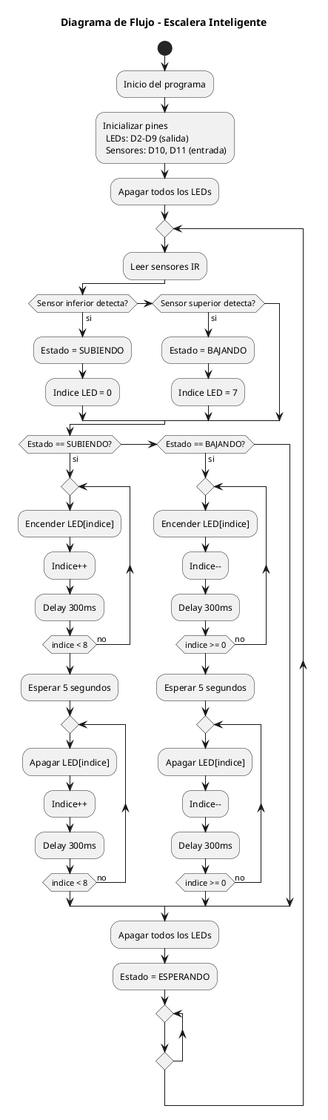
Before: docs/imagenes/diagrama-flujo.png, a diagram exported from PlantUML (Stirven0/Lus-Escaleras-Arduino).
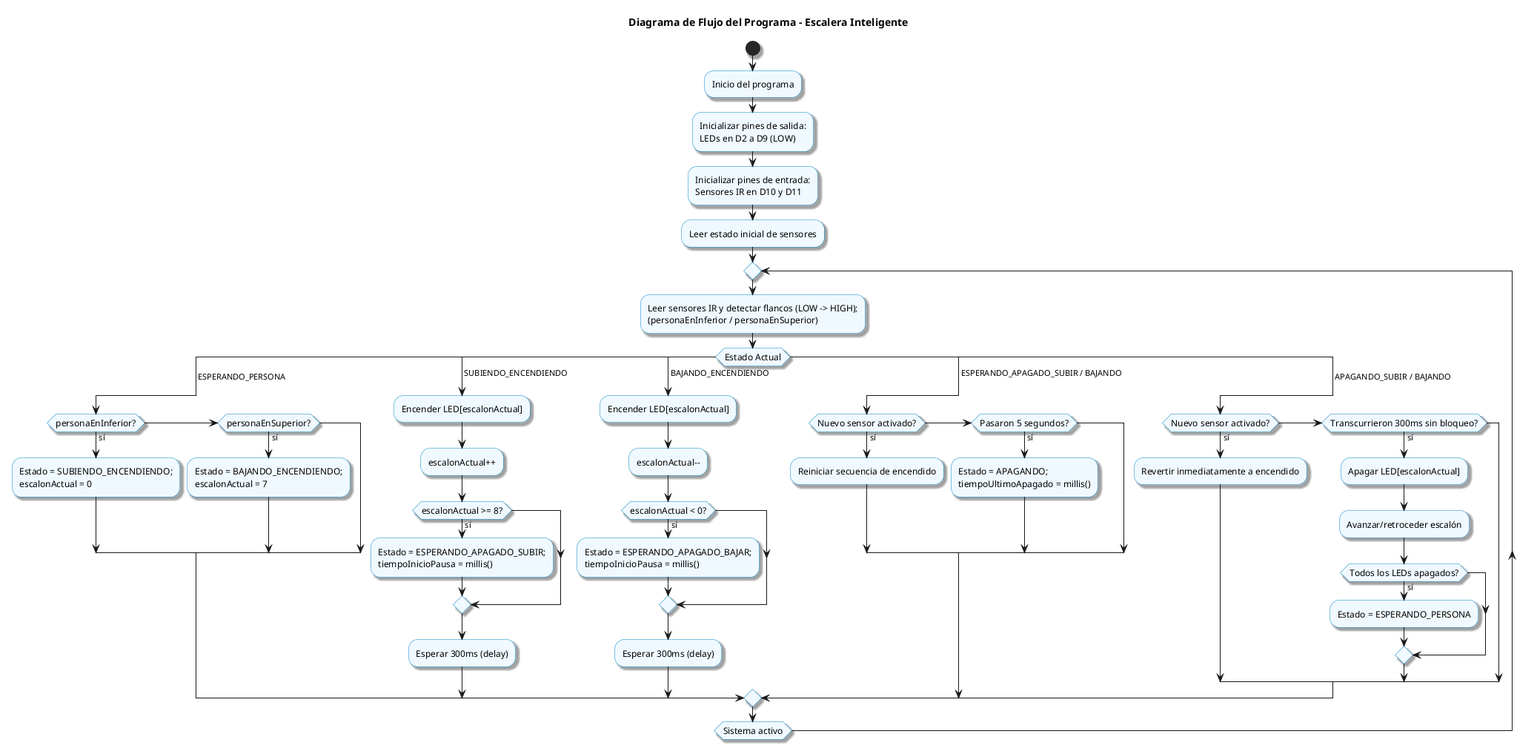
Later version of the same file.

The edit, as a diff of the source:
```diff
@@ -1,56 +1,70 @@
 @startuml diagrama-flujo
-title Diagrama de Flujo - Escalera Inteligente
+title Diagrama de Flujo del Programa - Escalera Inteligente
+
+skinparam shadowing true
+skinparam activity {
+  BackgroundColor #F0F9FF
+  BorderColor #0284C7
+  FontName Arial
+  FontSize 12
+}
 
 start
 
 :Inicio del programa;
 
-:Inicializar pines\n LEDs: D2-D9 (salida)\n Sensores: D10, D11 (entrada);
+:Inicializar pines de salida:\nLEDs en D2 a D9 (LOW);
 
-:Apagar todos los LEDs;
+:Inicializar pines de entrada:\nSensores IR en D10 y D11;
+
+:Leer estado inicial de sensores;
 
 repeat
+  :Leer sensores IR y detectar flancos (LOW -> HIGH);\n(personaEnInferior / personaEnSuperior);
 
-  :Leer sensores IR;
+  switch (Estado Actual)
+  case ( ESPERANDO_PERSONA )
+    if (personaEnInferior?) then (sí)
+      :Estado = SUBIENDO_ENCENDIENDO;\nescalonActual = 0;
+    elseif (personaEnSuperior?) then (sí)
+      :Estado = BAJANDO_ENCENDIENDO;\nescalonActual = 7;
+    endif
 
-  if (Sensor inferior detecta?) then (si)
-    :Estado = SUBIENDO;
-    :Indice LED = 0;
-  elseif (Sensor superior detecta?) then (si)
-    :Estado = BAJANDO;
-    :Indice LED = 7;
-  endif
+  case ( SUBIENDO_ENCENDIENDO )
+    :Encender LED[escalonActual];
+    :escalonActual++;
+    if (escalonActual >= 8?) then (sí)
+      :Estado = ESPERANDO_APAGADO_SUBIR;\ntiempoInicioPausa = millis();
+    endif
+    :Esperar 300ms (delay);
 
-  if (Estado == SUBIENDO?) then (si)
-    repeat
-      :Encender LED[indice];
-      :Indice++;
-      :Delay 300ms;
-    repeat while (indice < 8) is (no)
-    :Esperar 5 segundos;
-    repeat
-      :Apagar LED[indice];
-      :Indice++;
-      :Delay 300ms;
-    repeat while (indice < 8) is (no)
+  case ( BAJANDO_ENCENDIENDO )
+    :Encender LED[escalonActual];
+    :escalonActual--;
+    if (escalonActual < 0?) then (sí)
+      :Estado = ESPERANDO_APAGADO_BAJAR;\ntiempoInicioPausa = millis();
+    endif
+    :Esperar 300ms (delay);
 
-  elseif (Estado == BAJANDO?) then (si)
-    repeat
-      :Encender LED[indice];
-      :Indice--;
-      :Delay 300ms;
-    repeat while (indice >= 0) is (no)
-    :Esperar 5 segundos;
-    repeat
-      :Apagar LED[indice];
-      :Indice--;
-      :Delay 300ms;
-    repeat while (indice >= 0) is (no)
-  endif
+  case ( ESPERANDO_APAGADO_SUBIR / BAJANDO )
+    if (Nuevo sensor activado?) then (sí)
+      :Reiniciar secuencia de encendido;
+    elseif (Pasaron 5 segundos?) then (sí)
+      :Estado = APAGANDO;\ntiempoUltimoApagado = millis();
+    endif
 
-  :Apagar todos los LEDs;
-  :Estado = ESPERANDO;
+  case ( APAGANDO_SUBIR / BAJANDO )
+    if (Nuevo sensor activado?) then (sí)
+      :Revertir inmediatamente a encendido;
+    elseif (Transcurrieron 300ms sin bloqueo?) then (sí)
+      :Apagar LED[escalonActual];
+      :Avanzar/retroceder escalón;
+      if (Todos los LEDs apagados?) then (sí)
+        :Estado = ESPERANDO_PERSONA;
+      endif
+    endif
+  endswitch
 
-repeat
+repeat while (Sistema activo)
 
 @enduml
```
